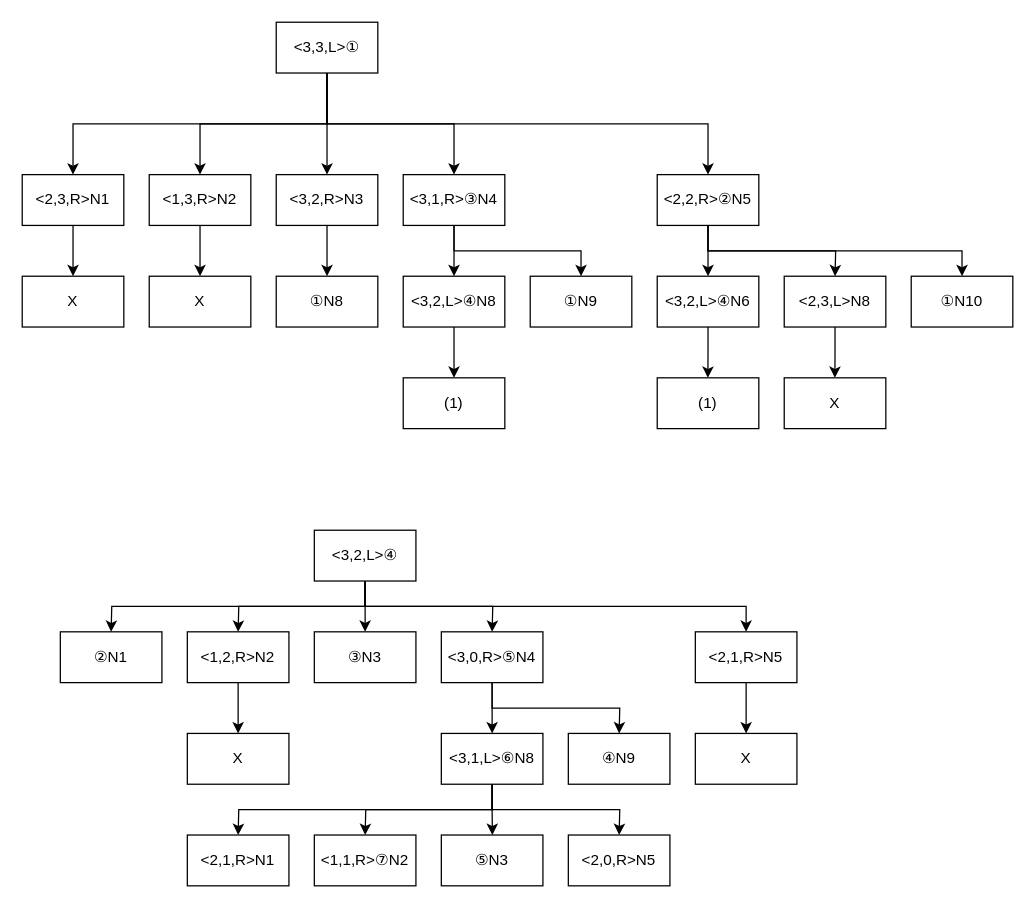
Earlier version of the draw.io diagram ninchiMCproblemTree.drawio (shgnaka/PokemonZA). Source tidied: cells renumbered, new cells numbered last; positions are measured from the earlier drawing's top-left corner, leaving out a move shared by most shapes. Both pictures are drawn from the tidied source at 127%, with x=0, y=0 at pixel (22, 22).
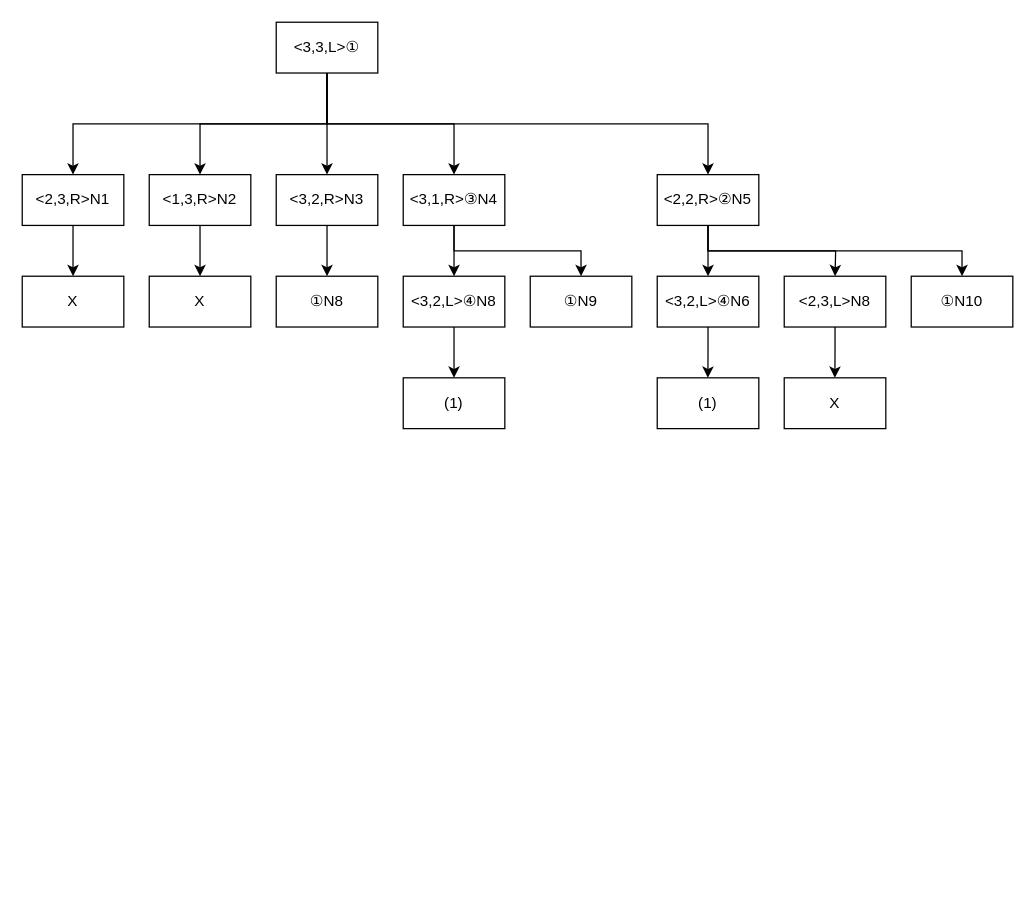
Above is the later version.

Commit message:
delete: 第3層から第6層まで

What changed in the source:
```diff
@@
-    <mxCell id="35" style="edgeStyle=orthogonalEdgeStyle;rounded=0;jettySize=auto;html=1;exitX=0.5;exitY=1;exitDx=0;exitDy=0;" parent="1" edge="1" source="40">
-      <mxGeometry relative="1" as="geometry">
-        <mxPoint x="270" y="480" as="targetPoint" />
-      </mxGeometry>
-    </mxCell>
-    <mxCell id="36" style="edgeStyle=orthogonalEdgeStyle;rounded=0;jettySize=auto;html=1;exitX=0.5;exitY=1;exitDx=0;exitDy=0;" parent="1" edge="1" source="40">
-      <mxGeometry relative="1" as="geometry">
-        <mxPoint x="170" y="480" as="targetPoint" />
-      </mxGeometry>
-    </mxCell>
-    <mxCell id="37" style="edgeStyle=orthogonalEdgeStyle;rounded=0;jettySize=auto;html=1;exitX=0.5;exitY=1;exitDx=0;exitDy=0;" parent="1" edge="1" source="40">
-      <mxGeometry relative="1" as="geometry">
-        <mxPoint x="70" y="480" as="targetPoint" />
-      </mxGeometry>
-    </mxCell>
-    <mxCell id="38" style="edgeStyle=orthogonalEdgeStyle;rounded=0;jettySize=auto;html=1;exitX=0.5;exitY=1;exitDx=0;exitDy=0;" parent="1" edge="1" source="40">
-      <mxGeometry relative="1" as="geometry">
-        <mxPoint x="370" y="480" as="targetPoint" />
-      </mxGeometry>
-    </mxCell>
-    <mxCell id="39" style="edgeStyle=orthogonalEdgeStyle;rounded=0;jettySize=auto;html=1;exitX=0.5;exitY=1;exitDx=0;exitDy=0;entryX=0.5;entryY=0;entryDx=0;entryDy=0;" parent="1" edge="1" source="40" target="49">
-      <mxGeometry relative="1" as="geometry" />
-    </mxCell>
-    <mxCell id="40" value="&amp;lt;3,2,L&amp;gt;④" style="whiteSpace=wrap;html=1;" parent="1" vertex="1">
-      <mxGeometry x="230" y="400" width="80" height="40" as="geometry" />
-    </mxCell>
-    <mxCell id="41" value="②N1" style="whiteSpace=wrap;html=1;" parent="1" vertex="1">
-      <mxGeometry x="30" y="480" width="80" height="40" as="geometry" />
-    </mxCell>
-    <mxCell id="42" style="edgeStyle=orthogonalEdgeStyle;rounded=0;jettySize=auto;html=1;exitX=0.5;exitY=1;exitDx=0;exitDy=0;" parent="1" edge="1" source="43">
-      <mxGeometry relative="1" as="geometry">
-        <mxPoint x="170" y="560" as="targetPoint" />
-      </mxGeometry>
-    </mxCell>
-    <mxCell id="43" value="&amp;lt;1,2,R&amp;gt;N2" style="whiteSpace=wrap;html=1;" parent="1" vertex="1">
-      <mxGeometry x="130" y="480" width="80" height="40" as="geometry" />
-    </mxCell>
-    <mxCell id="44" value="③N3" style="whiteSpace=wrap;html=1;" parent="1" vertex="1">
-      <mxGeometry x="230" y="480" width="80" height="40" as="geometry" />
-    </mxCell>
-    <mxCell id="45" style="edgeStyle=orthogonalEdgeStyle;rounded=0;jettySize=auto;html=1;exitX=0.5;exitY=1;exitDx=0;exitDy=0;" parent="1" edge="1" source="47">
-      <mxGeometry relative="1" as="geometry">
-        <mxPoint x="370" y="560" as="targetPoint" />
-      </mxGeometry>
-    </mxCell>
-    <mxCell id="46" style="edgeStyle=orthogonalEdgeStyle;rounded=0;jettySize=auto;html=1;exitX=0.5;exitY=1;exitDx=0;exitDy=0;" parent="1" edge="1" source="47">
-      <mxGeometry relative="1" as="geometry">
-        <mxPoint x="470" y="560" as="targetPoint" />
-      </mxGeometry>
-    </mxCell>
-    <mxCell id="47" value="&amp;lt;3,0,R&amp;gt;⑤N4" style="whiteSpace=wrap;html=1;" parent="1" vertex="1">
-      <mxGeometry x="330" y="480" width="80" height="40" as="geometry" />
-    </mxCell>
-    <mxCell id="48" style="edgeStyle=orthogonalEdgeStyle;rounded=0;jettySize=auto;html=1;exitX=0.5;exitY=1;exitDx=0;exitDy=0;" parent="1" edge="1" source="49">
-      <mxGeometry relative="1" as="geometry">
-        <mxPoint x="570" y="560" as="targetPoint" />
-      </mxGeometry>
-    </mxCell>
-    <mxCell id="49" value="&amp;lt;2,1,R&amp;gt;N5" style="whiteSpace=wrap;html=1;" parent="1" vertex="1">
-      <mxGeometry x="530" y="480" width="80" height="40" as="geometry" />
-    </mxCell>
-    <mxCell id="50" value="X" style="whiteSpace=wrap;html=1;" parent="1" vertex="1">
-      <mxGeometry x="130" y="560" width="80" height="40" as="geometry" />
-    </mxCell>
-    <mxCell id="51" style="edgeStyle=orthogonalEdgeStyle;rounded=0;jettySize=auto;html=1;exitX=0.5;exitY=1;exitDx=0;exitDy=0;" parent="1" edge="1" source="55">
-      <mxGeometry relative="1" as="geometry">
-        <mxPoint x="370.2" y="640" as="targetPoint" />
-      </mxGeometry>
-    </mxCell>
-    <mxCell id="52" style="edgeStyle=orthogonalEdgeStyle;rounded=0;jettySize=auto;html=1;exitX=0.5;exitY=1;exitDx=0;exitDy=0;" parent="1" edge="1" source="55">
-      <mxGeometry relative="1" as="geometry">
-        <mxPoint x="270" y="640" as="targetPoint" />
-      </mxGeometry>
-    </mxCell>
-    <mxCell id="53" style="edgeStyle=orthogonalEdgeStyle;rounded=0;jettySize=auto;html=1;exitX=0.5;exitY=1;exitDx=0;exitDy=0;" parent="1" edge="1" source="55">
-      <mxGeometry relative="1" as="geometry">
-        <mxPoint x="470" y="640" as="targetPoint" />
-      </mxGeometry>
-    </mxCell>
-    <mxCell id="54" style="edgeStyle=orthogonalEdgeStyle;rounded=0;jettySize=auto;html=1;exitX=0.5;exitY=1;exitDx=0;exitDy=0;" parent="1" edge="1" source="55">
-      <mxGeometry relative="1" as="geometry">
-        <mxPoint x="170" y="640" as="targetPoint" />
-      </mxGeometry>
-    </mxCell>
-    <mxCell id="55" value="&amp;lt;3,1,L&amp;gt;⑥N8" style="whiteSpace=wrap;html=1;" parent="1" vertex="1">
-      <mxGeometry x="330" y="560" width="80" height="40" as="geometry" />
-    </mxCell>
-    <mxCell id="56" value="④N9" style="whiteSpace=wrap;html=1;" parent="1" vertex="1">
-      <mxGeometry x="430" y="560" width="80" height="40" as="geometry" />
-    </mxCell>
-    <mxCell id="57" value="X" style="whiteSpace=wrap;html=1;" parent="1" vertex="1">
-      <mxGeometry x="530" y="560" width="80" height="40" as="geometry" />
-    </mxCell>
-    <mxCell id="58" value="&amp;lt;2,1,R&amp;gt;N1" style="whiteSpace=wrap;html=1;" parent="1" vertex="1">
-      <mxGeometry x="130" y="640" width="80" height="40" as="geometry" />
-    </mxCell>
-    <mxCell id="59" value="&amp;lt;1,1,R&amp;gt;⑦N2" style="whiteSpace=wrap;html=1;" parent="1" vertex="1">
-      <mxGeometry x="230" y="640" width="80" height="40" as="geometry" />
-    </mxCell>
-    <mxCell id="60" value="⑤N3" style="whiteSpace=wrap;html=1;" parent="1" vertex="1">
-      <mxGeometry x="330" y="640" width="80" height="40" as="geometry" />
-    </mxCell>
-    <mxCell id="61" value="&amp;lt;2,0,R&amp;gt;N5" style="whiteSpace=wrap;html=1;" parent="1" vertex="1">
-      <mxGeometry x="430" y="640" width="80" height="40" as="geometry" />
-    </mxCell>
```
